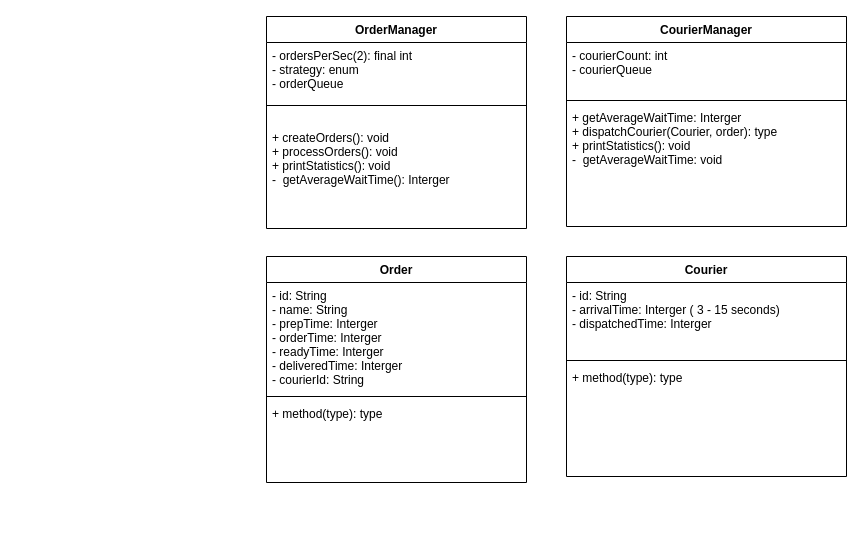
The draw.io diagram orderDeliveryMgr.drawio in wlijiancp4mcm/diagrams, before the edit. Source tidied: cells renumbered, new cells numbered last; positions are measured from the earlier drawing's top-left corner, leaving out a move shared by most shapes. Both pictures are drawn from the tidied source at 100%, with x=0, y=0 at pixel (266, 16).
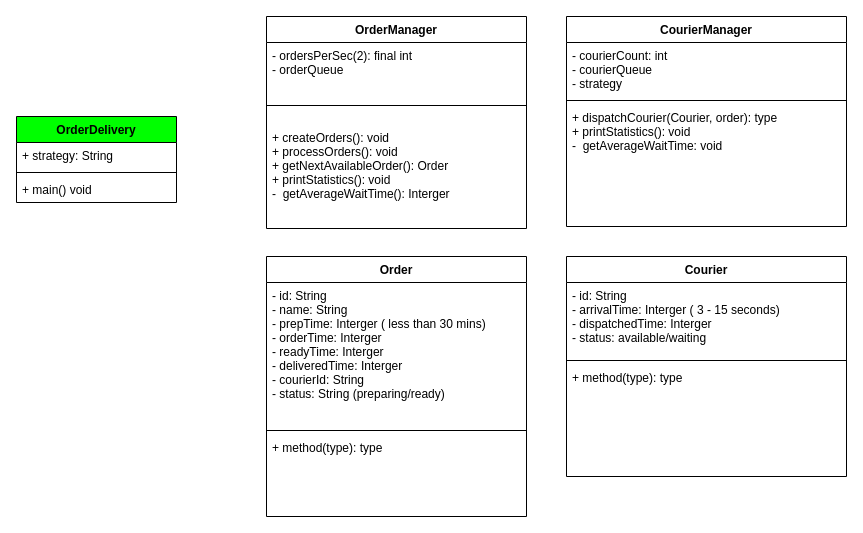
After the change.

Unchanged cells that the change refers to:
```xml
<mxCell id="6" value="Courier" style="swimlane;fontStyle=1;align=center;verticalAlign=top;horizontal=1;startSize=26;" parent="1" vertex="1">
  <mxGeometry x="300" y="240" width="280" height="220" as="geometry" />
</mxCell>
<mxCell id="10" value="OrderManager" style="swimlane;fontStyle=1;align=center;verticalAlign=top;horizontal=1;startSize=26;" parent="1" vertex="1">
  <mxGeometry width="260" height="212" as="geometry" />
</mxCell>
<mxCell id="14" value="CourierManager" style="swimlane;fontStyle=1;align=center;verticalAlign=top;horizontal=1;startSize=26;" parent="1" vertex="1">
  <mxGeometry x="300" width="280" height="210" as="geometry" />
</mxCell>
```

The edit, as a diff of the source:
```diff
@@
     <mxCell id="2" value="Order" style="swimlane;fontStyle=1;align=center;verticalAlign=top;horizontal=1;startSize=26;" parent="1" vertex="1">
-      <mxGeometry y="240" width="260" height="226" as="geometry" />
+      <mxGeometry y="240" width="260" height="260" as="geometry" />
     </mxCell>
-    <mxCell id="3" value="- id: String&#10;- name: String&#10;- prepTime: Interger&#10;- orderTime: Interger&#10;- readyTime: Interger&#10;- deliveredTime: Interger&#10;- courierId: String&#10;&#10;&#10;&#10;" style="text;strokeColor=none;fillColor=none;align=left;verticalAlign=top;spacingLeft=4;spacingRight=4;overflow=hidden;" parent="2" vertex="1">
-      <mxGeometry y="26" width="260" height="110" as="geometry" />
+    <mxCell id="3" value="- id: String&#10;- name: String&#10;- prepTime: Interger ( less than 30 mins)&#10;- orderTime: Interger&#10;- readyTime: Interger&#10;- deliveredTime: Interger&#10;- courierId: String&#10;- status: String (preparing/ready)&#10;&#10;&#10;&#10;&#10;&#10;" style="text;strokeColor=none;fillColor=none;align=left;verticalAlign=top;spacingLeft=4;spacingRight=4;overflow=hidden;" parent="2" vertex="1">
+      <mxGeometry y="26" width="260" height="144" as="geometry" />
     </mxCell>
     <mxCell id="4" style="line;strokeWidth=1;fillColor=none;align=left;verticalAlign=middle;spacingTop=-1;spacingLeft=3;spacingRight=3;labelPosition=right;" parent="2" vertex="1">
-      <mxGeometry y="136" width="260" height="8" as="geometry" />
+      <mxGeometry y="170" width="260" height="8" as="geometry" />
     </mxCell>
     <mxCell id="5" value="+ method(type): type" style="text;strokeColor=none;fillColor=none;align=left;verticalAlign=top;spacingLeft=4;spacingRight=4;overflow=hidden;" parent="2" vertex="1">
-      <mxGeometry y="144" width="260" height="82" as="geometry" />
+      <mxGeometry y="178" width="260" height="82" as="geometry" />
     </mxCell>
@@
-    <mxCell id="7" value="- id: String&#10;- arrivalTime: Interger ( 3 - 15 seconds)&#10;- dispatchedTime: Interger&#10;&#10;" style="text;strokeColor=none;fillColor=none;align=left;verticalAlign=top;spacingLeft=4;spacingRight=4;overflow=hidden;" parent="6" vertex="1">
+    <mxCell id="7" value="- id: String&#10;- arrivalTime: Interger ( 3 - 15 seconds)&#10;- dispatchedTime: Interger&#10;- status: available/waiting&#10;&#10;&#10;" style="text;strokeColor=none;fillColor=none;align=left;verticalAlign=top;spacingLeft=4;spacingRight=4;overflow=hidden;" parent="6" vertex="1">
       <mxGeometry y="26" width="280" height="74" as="geometry" />
     </mxCell>
@@
-    <mxCell id="11" value="- ordersPerSec(2): final int&#10;- strategy: enum&#10;- orderQueue&#10;&#10;" style="text;strokeColor=none;fillColor=none;align=left;verticalAlign=top;spacingLeft=4;spacingRight=4;overflow=hidden;" parent="10" vertex="1">
+    <mxCell id="11" value="- ordersPerSec(2): final int&#10;- orderQueue&#10;&#10;" style="text;strokeColor=none;fillColor=none;align=left;verticalAlign=top;spacingLeft=4;spacingRight=4;overflow=hidden;" parent="10" vertex="1">
       <mxGeometry y="26" width="260" height="44" as="geometry" />
     </mxCell>
@@
-    <mxCell id="13" value="+ createOrders(): void&#10;+ processOrders(): void&#10;+ printStatistics(): void&#10;-  getAverageWaitTime(): Interger&#10;&#10;&#10;" style="text;strokeColor=none;fillColor=none;align=left;verticalAlign=top;spacingLeft=4;spacingRight=4;overflow=hidden;" parent="10" vertex="1">
+    <mxCell id="13" value="+ createOrders(): void&#10;+ processOrders(): void&#10;+ getNextAvailableOrder(): Order&#10;+ printStatistics(): void&#10;-  getAverageWaitTime(): Interger&#10;&#10;&#10;&#10;" style="text;strokeColor=none;fillColor=none;align=left;verticalAlign=top;spacingLeft=4;spacingRight=4;overflow=hidden;" parent="10" vertex="1">
       <mxGeometry y="108" width="260" height="104" as="geometry" />
     </mxCell>
@@
-    <mxCell id="15" value="- courierCount: int&#10;- courierQueue&#10;" style="text;strokeColor=none;fillColor=none;align=left;verticalAlign=top;spacingLeft=4;spacingRight=4;overflow=hidden;" parent="14" vertex="1">
+    <mxCell id="15" value="- courierCount: int&#10;- courierQueue&#10;- strategy&#10;&#10;" style="text;strokeColor=none;fillColor=none;align=left;verticalAlign=top;spacingLeft=4;spacingRight=4;overflow=hidden;" parent="14" vertex="1">
       <mxGeometry y="26" width="280" height="54" as="geometry" />
     </mxCell>
@@
-    <mxCell id="17" value="+ getAverageWaitTime: Interger&#10;+ dispatchCourier(Courier, order): type&#10;+ printStatistics(): void&#10;-  getAverageWaitTime: void&#10;" style="text;strokeColor=none;fillColor=none;align=left;verticalAlign=top;spacingLeft=4;spacingRight=4;overflow=hidden;" parent="14" vertex="1">
+    <mxCell id="17" value="+ dispatchCourier(Courier, order): type&#10;+ printStatistics(): void&#10;-  getAverageWaitTime: void&#10;" style="text;strokeColor=none;fillColor=none;align=left;verticalAlign=top;spacingLeft=4;spacingRight=4;overflow=hidden;" parent="14" vertex="1">
       <mxGeometry y="88" width="280" height="122" as="geometry" />
     </mxCell>
+    <mxCell id="18" value="OrderDelivery" style="swimlane;fontStyle=1;align=center;verticalAlign=top;horizontal=1;startSize=26;fillColor=#00FF00;" parent="1" vertex="1">
+      <mxGeometry x="-250" y="100" width="160" height="86" as="geometry" />
+    </mxCell>
+    <mxCell id="19" value="+ strategy: String" style="text;strokeColor=none;fillColor=none;align=left;verticalAlign=top;spacingLeft=4;spacingRight=4;overflow=hidden;" parent="18" vertex="1">
+      <mxGeometry y="26" width="160" height="26" as="geometry" />
+    </mxCell>
+    <mxCell id="20" style="line;strokeWidth=1;fillColor=none;align=left;verticalAlign=middle;spacingTop=-1;spacingLeft=3;spacingRight=3;labelPosition=right;" parent="18" vertex="1">
+      <mxGeometry y="52" width="160" height="8" as="geometry" />
+    </mxCell>
+    <mxCell id="21" value="+ main() void" style="text;strokeColor=none;fillColor=none;align=left;verticalAlign=top;spacingLeft=4;spacingRight=4;overflow=hidden;" parent="18" vertex="1">
+      <mxGeometry y="60" width="160" height="26" as="geometry" />
+    </mxCell>
```
